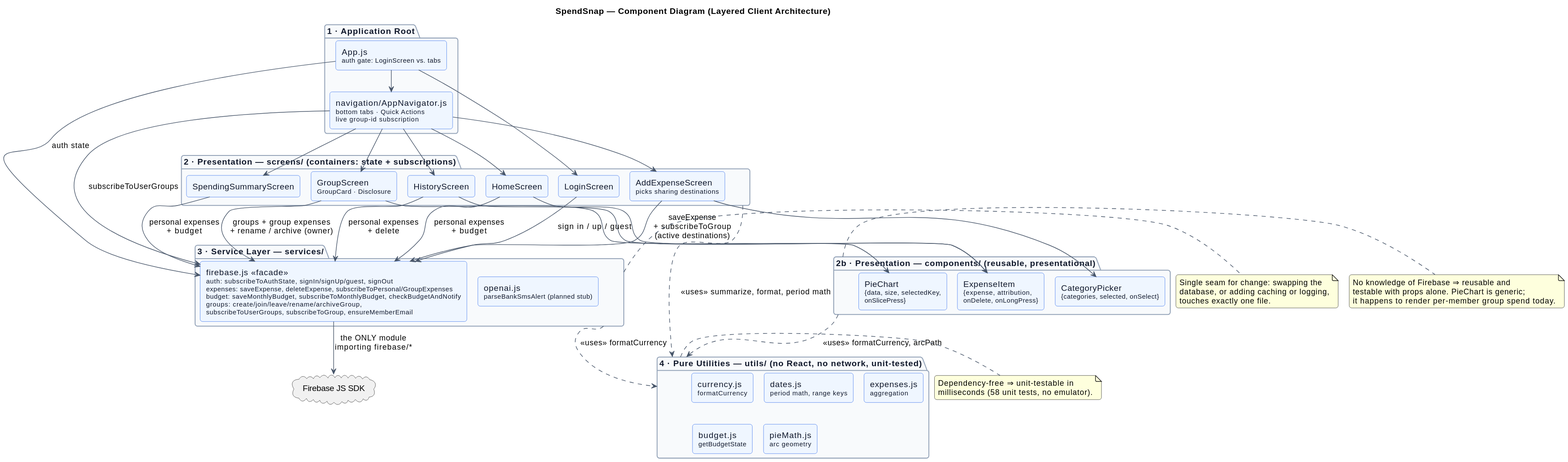
The PlantUML diagram docs/diagrams/svg/02-component-diagram.svg in GeraldFSE/SpendSnap, before a commit.
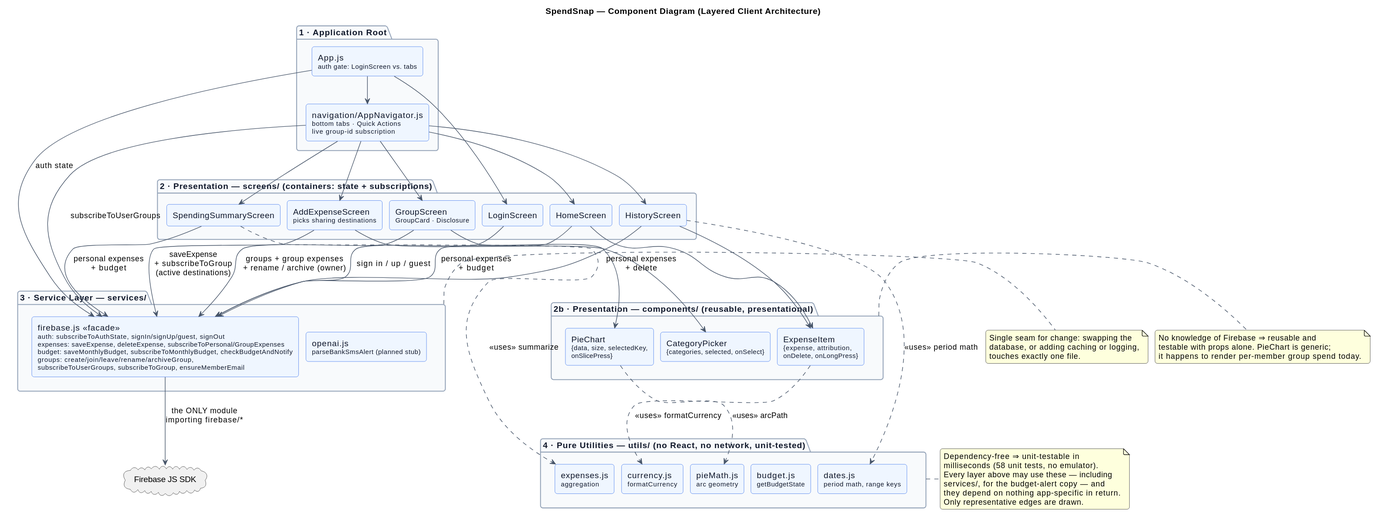
After the change.

Change to the diagram source:
```diff
@@ -1,5 +1,4 @@
 @startuml
-!pragma layout smetana
 
 title SpendSnap — Component Diagram (Layered Client Architecture)
 
@@ -79,9 +78,10 @@
 NAV --> FBSVC : subscribeToUserGroups
 FBSVC --> SDK : the ONLY module\nimporting firebase/*
 
-SCREENS ..> UTILS : <<uses>> summarize, format, period math
-COMPONENTS ..> UTILS : <<uses>> formatCurrency, arcPath
-SERVICES ..> UTILS : <<uses>> formatCurrency
+SUMMARY ..> EXP : <<uses>> summarize
+HISTORY ..> DATES : <<uses>> period math
+ITEM ..> CUR : <<uses>> formatCurrency
+PIE ..> PMATH : <<uses>> arcPath
 
 note right of SERVICES
   Single seam for change: swapping the
@@ -92,6 +92,10 @@
 note right of UTILS
   Dependency-free ⇒ unit-testable in
   milliseconds (58 unit tests, no emulator).
+  Every layer above may use these — including
+  services/, for the budget-alert copy — and
+  they depend on nothing app-specific in return.
+  Only representative edges are drawn.
 end note
 
 note right of COMPONENTS
```
